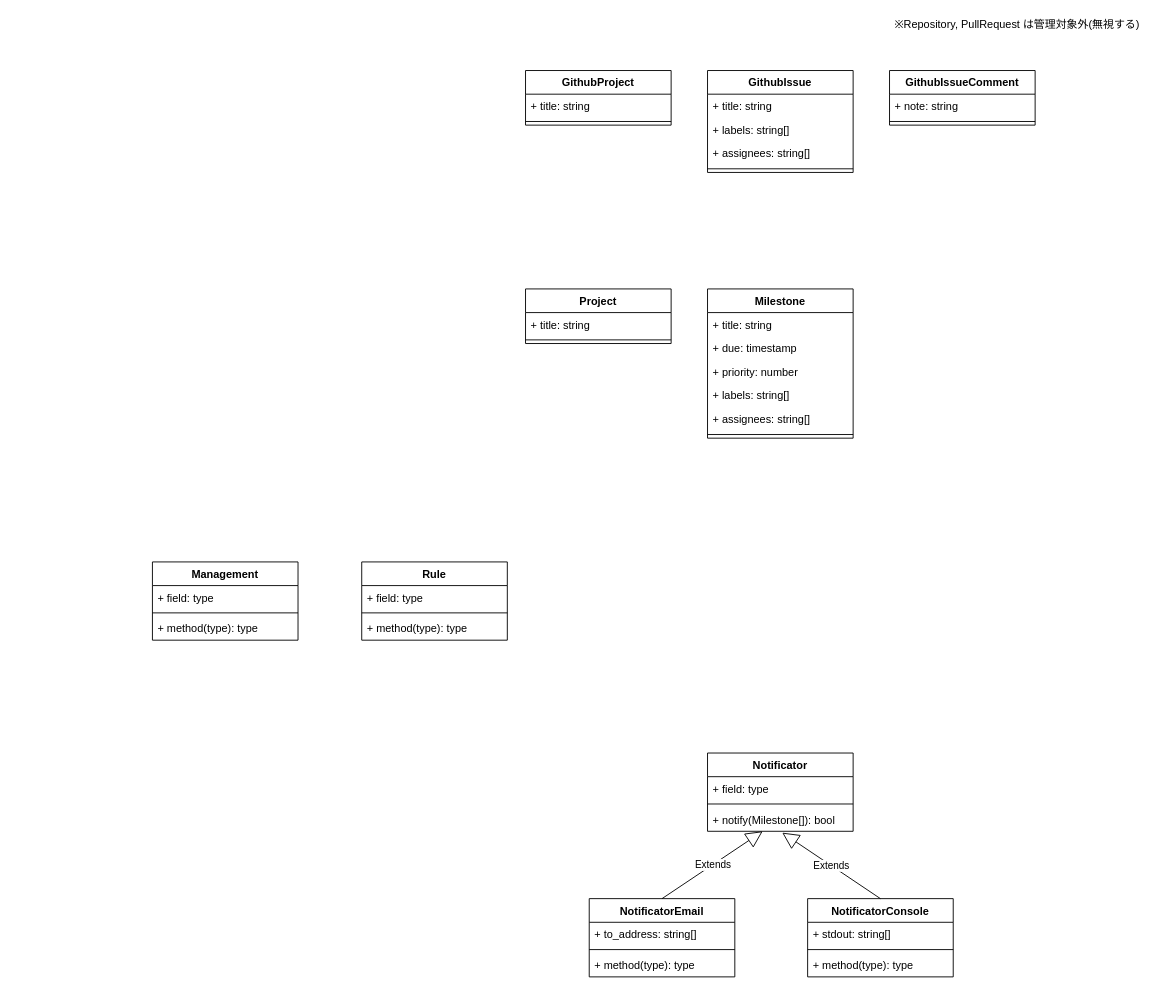
Earlier version of the draw.io diagram docs/classes.drawio (Aramassa/github-project-due). Source tidied: cells renumbered, new cells numbered last; positions are measured from the earlier drawing's top-left corner, leaving out a move shared by most shapes. Both pictures are drawn from the tidied source at 91%, with x=0, y=0 at pixel (152, 15).
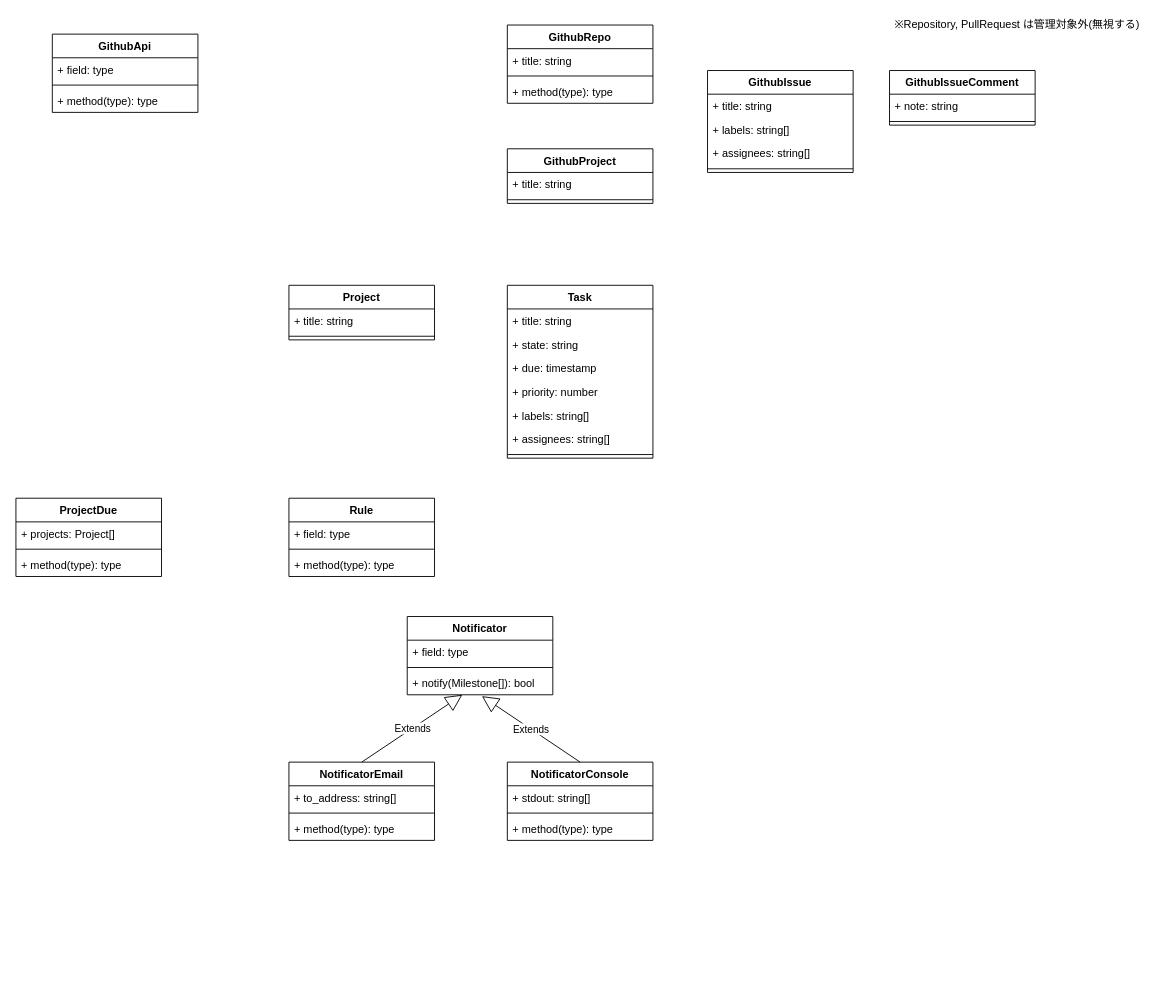
After the change.

Diff of the diagram source:
```diff
@@
     <mxCell id="2" value="GithubProject" style="swimlane;fontStyle=1;align=center;verticalAlign=top;horizontal=1;startSize=26;" parent="1" vertex="1">
-      <mxGeometry x="410" y="60" width="160" height="60" as="geometry" />
+      <mxGeometry x="390" y="146" width="160" height="60" as="geometry" />
     </mxCell>
@@
     <mxCell id="14" value="Project" style="swimlane;fontStyle=1;align=center;verticalAlign=top;horizontal=1;startSize=26;" parent="1" vertex="1">
-      <mxGeometry x="410" y="300" width="160" height="60" as="geometry" />
+      <mxGeometry x="150" y="296" width="160" height="60" as="geometry" />
     </mxCell>
@@
-    <mxCell id="17" value="Milestone" style="swimlane;fontStyle=1;align=center;verticalAlign=top;horizontal=1;startSize=26;" parent="1" vertex="1">
-      <mxGeometry x="610" y="300" width="160" height="164" as="geometry" />
+    <mxCell id="17" value="Task" style="swimlane;fontStyle=1;align=center;verticalAlign=top;horizontal=1;startSize=26;" parent="1" vertex="1">
+      <mxGeometry x="390" y="296" width="160" height="190" as="geometry" />
     </mxCell>
@@
+    <mxCell id="46" value="+ state: string" style="text;strokeColor=none;fillColor=none;align=left;verticalAlign=top;spacingLeft=4;spacingRight=4;overflow=hidden;" parent="17" vertex="1">
+      <mxGeometry y="52" width="160" height="26" as="geometry" />
+    </mxCell>
     <mxCell id="19" value="+ due: timestamp" style="text;strokeColor=none;fillColor=none;align=left;verticalAlign=top;spacingLeft=4;spacingRight=4;overflow=hidden;" parent="17" vertex="1">
-      <mxGeometry y="52" width="160" height="26" as="geometry" />
+      <mxGeometry y="78" width="160" height="26" as="geometry" />
     </mxCell>
     <mxCell id="20" value="+ priority: number" style="text;strokeColor=none;fillColor=none;align=left;verticalAlign=top;spacingLeft=4;spacingRight=4;overflow=hidden;" parent="17" vertex="1">
-      <mxGeometry y="78" width="160" height="26" as="geometry" />
+      <mxGeometry y="104" width="160" height="26" as="geometry" />
     </mxCell>
     <mxCell id="21" value="+ labels: string[]" style="text;strokeColor=none;fillColor=none;align=left;verticalAlign=top;spacingLeft=4;spacingRight=4;overflow=hidden;" parent="17" vertex="1">
-      <mxGeometry y="104" width="160" height="26" as="geometry" />
+      <mxGeometry y="130" width="160" height="26" as="geometry" />
     </mxCell>
     <mxCell id="22" value="+ assignees: string[]" style="text;strokeColor=none;fillColor=none;align=left;verticalAlign=top;spacingLeft=4;spacingRight=4;overflow=hidden;" parent="17" vertex="1">
-      <mxGeometry y="130" width="160" height="26" as="geometry" />
+      <mxGeometry y="156" width="160" height="26" as="geometry" />
     </mxCell>
     <mxCell id="23" style="line;strokeWidth=1;fillColor=none;align=left;verticalAlign=middle;spacingTop=-1;spacingLeft=3;spacingRight=3;labelPosition=right;" parent="17" vertex="1">
-      <mxGeometry y="156" width="160" height="8" as="geometry" />
+      <mxGeometry y="182" width="160" height="8" as="geometry" />
     </mxCell>
-    <mxCell id="24" value="Management" style="swimlane;fontStyle=1;align=center;verticalAlign=top;horizontal=1;startSize=26;" parent="1" vertex="1">
-      <mxGeometry y="600" width="160" height="86" as="geometry" />
+    <mxCell id="24" value="ProjectDue" style="swimlane;fontStyle=1;align=center;verticalAlign=top;horizontal=1;startSize=26;" parent="1" vertex="1">
+      <mxGeometry x="-150" y="530" width="160" height="86" as="geometry" />
     </mxCell>
-    <mxCell id="25" value="+ field: type" style="text;strokeColor=none;fillColor=none;align=left;verticalAlign=top;spacingLeft=4;spacingRight=4;overflow=hidden;" parent="24" vertex="1">
+    <mxCell id="25" value="+ projects: Project[]" style="text;strokeColor=none;fillColor=none;align=left;verticalAlign=top;spacingLeft=4;spacingRight=4;overflow=hidden;" parent="24" vertex="1">
       <mxGeometry y="26" width="160" height="26" as="geometry" />
     </mxCell>
@@
     <mxCell id="28" value="Rule" style="swimlane;fontStyle=1;align=center;verticalAlign=top;horizontal=1;startSize=26;" parent="1" vertex="1">
-      <mxGeometry x="230" y="600" width="160" height="86" as="geometry" />
+      <mxGeometry x="150" y="530" width="160" height="86" as="geometry" />
     </mxCell>
@@
     <mxCell id="32" value="Notificator" style="swimlane;fontStyle=1;align=center;verticalAlign=top;horizontal=1;startSize=26;" parent="1" vertex="1">
-      <mxGeometry x="610" y="810" width="160" height="86" as="geometry" />
+      <mxGeometry x="280" y="660" width="160" height="86" as="geometry" />
     </mxCell>
@@
     <mxCell id="36" value="NotificatorEmail" style="swimlane;fontStyle=1;align=center;verticalAlign=top;horizontal=1;startSize=26;" parent="1" vertex="1">
-      <mxGeometry x="480" y="970" width="160" height="86" as="geometry" />
+      <mxGeometry x="150" y="820" width="160" height="86" as="geometry" />
     </mxCell>
@@
     <mxCell id="41" value="NotificatorConsole" style="swimlane;fontStyle=1;align=center;verticalAlign=top;horizontal=1;startSize=26;" parent="1" vertex="1">
-      <mxGeometry x="720" y="970" width="160" height="86" as="geometry" />
+      <mxGeometry x="390" y="820" width="160" height="86" as="geometry" />
     </mxCell>
@@
+    <mxCell id="47" value="GithubApi" style="swimlane;fontStyle=1;align=center;verticalAlign=top;horizontal=1;startSize=26;" parent="1" vertex="1">
+      <mxGeometry x="-110" y="20" width="160" height="86" as="geometry" />
+    </mxCell>
+    <mxCell id="48" value="+ field: type" style="text;strokeColor=none;fillColor=none;align=left;verticalAlign=top;spacingLeft=4;spacingRight=4;overflow=hidden;" parent="47" vertex="1">
+      <mxGeometry y="26" width="160" height="26" as="geometry" />
+    </mxCell>
+    <mxCell id="49" style="line;strokeWidth=1;fillColor=none;align=left;verticalAlign=middle;spacingTop=-1;spacingLeft=3;spacingRight=3;labelPosition=right;" parent="47" vertex="1">
+      <mxGeometry y="52" width="160" height="8" as="geometry" />
+    </mxCell>
+    <mxCell id="50" value="+ method(type): type" style="text;strokeColor=none;fillColor=none;align=left;verticalAlign=top;spacingLeft=4;spacingRight=4;overflow=hidden;" parent="47" vertex="1">
+      <mxGeometry y="60" width="160" height="26" as="geometry" />
+    </mxCell>
+    <mxCell id="51" value="GithubRepo" style="swimlane;fontStyle=1;align=center;verticalAlign=top;horizontal=1;startSize=26;" parent="1" vertex="1">
+      <mxGeometry x="390" y="10" width="160" height="86" as="geometry" />
+    </mxCell>
+    <mxCell id="52" value="+ title: string" style="text;strokeColor=none;fillColor=none;align=left;verticalAlign=top;spacingLeft=4;spacingRight=4;overflow=hidden;" parent="51" vertex="1">
+      <mxGeometry y="26" width="160" height="26" as="geometry" />
+    </mxCell>
+    <mxCell id="53" style="line;strokeWidth=1;fillColor=none;align=left;verticalAlign=middle;spacingTop=-1;spacingLeft=3;spacingRight=3;labelPosition=right;" parent="51" vertex="1">
+      <mxGeometry y="52" width="160" height="8" as="geometry" />
+    </mxCell>
+    <mxCell id="54" value="+ method(type): type" style="text;strokeColor=none;fillColor=none;align=left;verticalAlign=top;spacingLeft=4;spacingRight=4;overflow=hidden;" parent="51" vertex="1">
+      <mxGeometry y="60" width="160" height="26" as="geometry" />
+    </mxCell>
```
